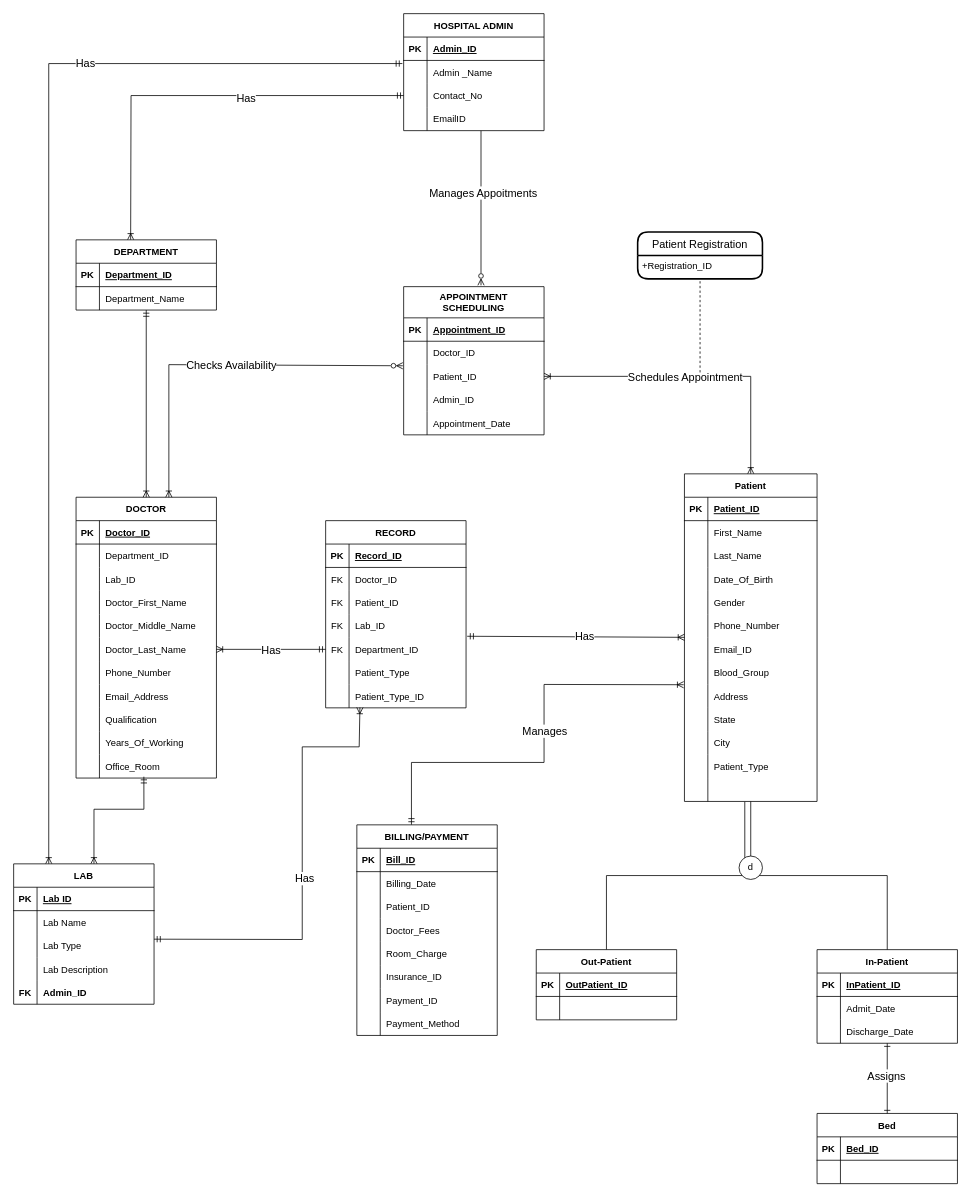
This is Untitled Diagram.drawio from KashyapKompella/DAMG6210_HospitalManagementDatabase, a draw.io file, before an edit. Source tidied: cells renumbered, new cells numbered last; positions are measured from the earlier drawing's top-left corner, leaving out a move shared by most shapes. Both pictures are drawn from the tidied source at 78%, with x=0, y=0 at pixel (13, 13).
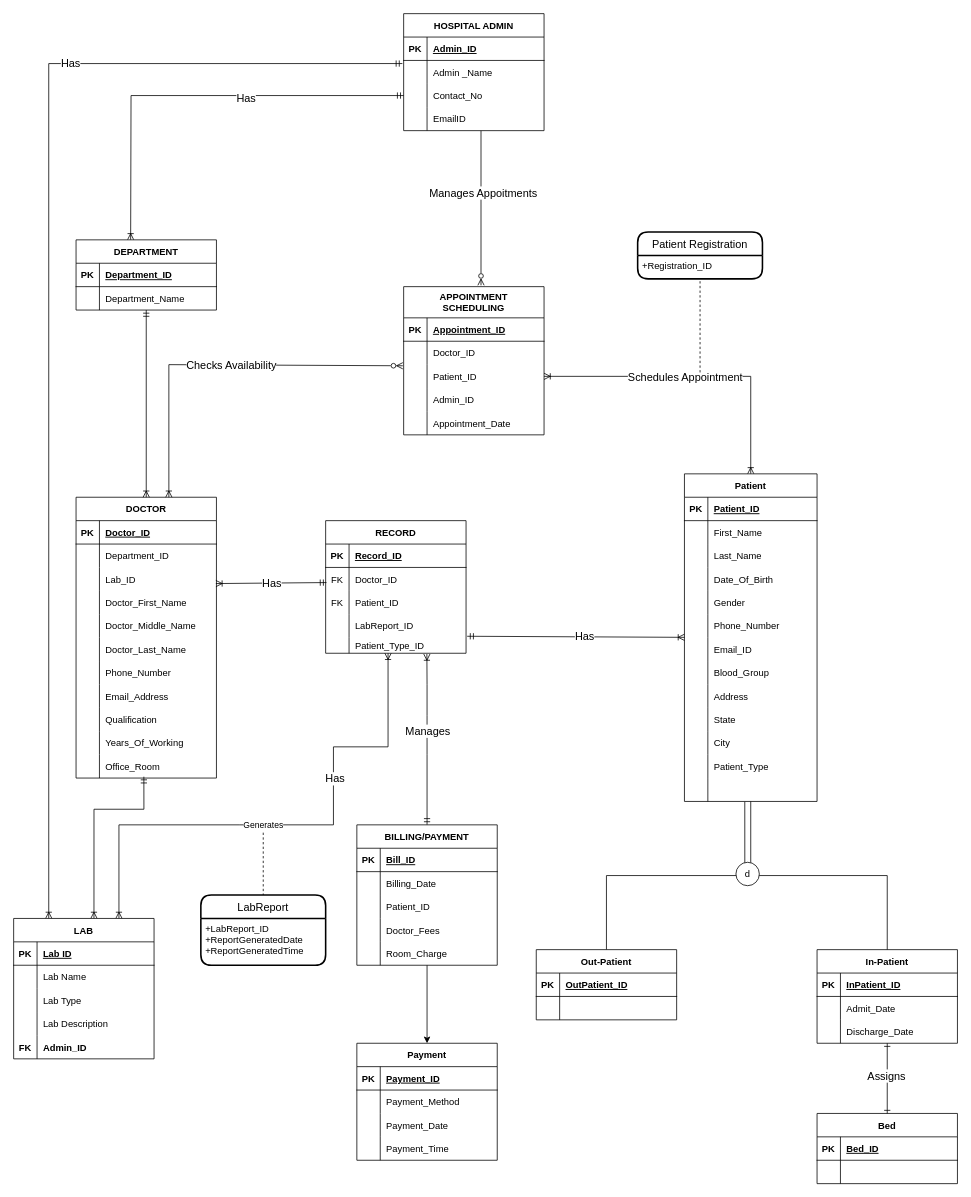
The same page after the edit.

Commit message:
Resolving Many- Many Relations ER diagram

The change refers to these unchanged cells:
```xml
<mxCell id="39" style="shape=tableRow;horizontal=0;startSize=0;swimlaneHead=0;swimlaneBody=0;fillColor=none;points=[[0,0.5],[1,0.5]];portConstraint=eastwest;top=0;left=0;right=0;bottom=0;" parent="32" vertex="1">
  <mxGeometry y="90" width="180" height="30" as="geometry" />
</mxCell>
<mxCell id="62" style="shape=tableRow;horizontal=0;startSize=0;swimlaneHead=0;swimlaneBody=0;fillColor=none;points=[[0,0.5],[1,0.5]];portConstraint=eastwest;top=0;left=0;right=0;bottom=0;fontSize=12;" parent="55" vertex="1">
  <mxGeometry y="90" width="180" height="30" as="geometry" />
</mxCell>
<mxCell id="71" style="shape=tableRow;horizontal=0;startSize=0;swimlaneHead=0;swimlaneBody=0;fillColor=none;points=[[0,0.5],[1,0.5]];portConstraint=eastwest;top=0;left=0;right=0;bottom=0;fontSize=12;" parent="55" vertex="1">
  <mxGeometry y="180" width="180" height="30" as="geometry" />
</mxCell>
<mxCell id="178" style="shape=tableRow;horizontal=0;startSize=0;swimlaneHead=0;swimlaneBody=0;fillColor=none;points=[[0,0.5],[1,0.5]];portConstraint=eastwest;top=0;left=0;right=0;bottom=0;fontSize=12;" parent="153" vertex="1">
  <mxGeometry y="270" width="170" height="30" as="geometry" />
</mxCell>
<mxCell id="207" style="shape=tableRow;horizontal=0;startSize=0;swimlaneHead=0;swimlaneBody=0;fillColor=none;points=[[0,0.5],[1,0.5]];portConstraint=eastwest;top=0;left=0;right=0;bottom=0;" parent="203" vertex="1">
  <mxGeometry y="60" width="180" height="30" as="geometry" />
</mxCell>
<mxCell id="213" style="shape=tableRow;horizontal=0;startSize=0;swimlaneHead=0;swimlaneBody=0;fillColor=none;points=[[0,0.5],[1,0.5]];portConstraint=eastwest;top=0;left=0;right=0;bottom=0;" parent="203" vertex="1">
  <mxGeometry y="120" width="180" height="30" as="geometry" />
</mxCell>
```

The edit, as a diff of the source:
```diff
@@
-    <mxCell id="8" style="rounded=0;jettySize=auto;html=1;entryX=0.5;entryY=0;entryDx=0;entryDy=0;exitX=-0.006;exitY=0.012;exitDx=0;exitDy=0;exitPerimeter=0;endArrow=ERmandOne;endFill=0;startArrow=ERoneToMany;startFill=0;" parent="1" edge="1" source="178">
+    <mxCell id="8" style="rounded=0;jettySize=auto;html=1;endArrow=ERmandOne;endFill=0;startArrow=ERoneToMany;startFill=0;exitX=0.721;exitY=1.05;exitDx=0;exitDy=0;exitPerimeter=0;" parent="1" edge="1" source="222" target="106">
       <mxGeometry relative="1" as="geometry">
-        <mxPoint x="510" y="1040" as="targetPoint" />
         <Array as="points">
-          <mxPoint x="680" y="860" />
-          <mxPoint x="680" y="960" />
-          <mxPoint x="510" y="960" />
+          <mxPoint x="530" y="860" />
+          <mxPoint x="530" y="900" />
+          <mxPoint x="530" y="950" />
         </Array>
       </mxGeometry>
     </mxCell>
@@
-    <mxCell id="13" style="rounded=0;jettySize=auto;html=1;startArrow=ERmandOne;startFill=0;endArrow=ERoneToMany;endFill=0;exitX=1;exitY=0.219;exitDx=0;exitDy=0;exitPerimeter=0;entryX=0.244;entryY=0.984;entryDx=0;entryDy=0;entryPerimeter=0;" parent="1" edge="1" source="39" target="222">
+    <mxCell id="13" style="rounded=0;jettySize=auto;html=1;startArrow=ERoneToMany;startFill=0;endArrow=ERoneToMany;endFill=0;exitX=0.75;exitY=0;exitDx=0;exitDy=0;" parent="1" edge="1" source="32">
       <mxGeometry relative="1" as="geometry">
+        <mxPoint x="480" y="820" as="targetPoint" />
         <Array as="points">
-          <mxPoint x="370" y="1187" />
-          <mxPoint x="370" y="940" />
-          <mxPoint x="443" y="940" />
+          <mxPoint x="135" y="1040" />
+          <mxPoint x="290" y="1040" />
+          <mxPoint x="410" y="1040" />
+          <mxPoint x="410" y="940" />
+          <mxPoint x="480" y="940" />
         </Array>
       </mxGeometry>
     </mxCell>
     <mxCell id="14" value="Has" style="edgeLabel;html=1;align=center;verticalAlign=middle;fontSize=14;" parent="13" vertex="1">
-      <mxGeometry x="-0.04" y="-2" relative="1" as="geometry" />
+      <mxGeometry x="-0.04" y="-2" relative="1" as="geometry">
+        <mxPoint x="67" y="-62" as="offset" />
+      </mxGeometry>
     </mxCell>
+    <mxCell id="228" value="Generates" style="edgeLabel;html=1;align=center;verticalAlign=middle;" parent="13" vertex="1">
+      <mxGeometry x="-0.14" y="2" relative="1" as="geometry">
+        <mxPoint x="9" y="2" as="offset" />
+      </mxGeometry>
+    </mxCell>
-    <mxCell id="15" style="rounded=0;jettySize=auto;html=1;startArrow=ERmandOne;startFill=0;endArrow=ERoneToMany;endFill=0;entryX=1;entryY=0.5;entryDx=0;entryDy=0;exitX=0;exitY=0.5;exitDx=0;exitDy=0;" parent="1" edge="1" source="216" target="71">
-      <mxGeometry relative="1" as="geometry" />
+    <mxCell id="15" style="rounded=0;jettySize=auto;html=1;startArrow=ERmandOne;startFill=0;endArrow=ERoneToMany;endFill=0;entryX=0.996;entryY=0.689;entryDx=0;entryDy=0;entryPerimeter=0;exitX=0.006;exitY=0.646;exitDx=0;exitDy=0;exitPerimeter=0;" parent="1" edge="1" source="207" target="62">
+      <mxGeometry relative="1" as="geometry">
+        <Array as="points">
+          <mxPoint x="330" y="730" />
+        </Array>
+      </mxGeometry>
     </mxCell>
@@
     <mxCell id="32" value="LAB" style="shape=table;startSize=30;childLayout=tableLayout;rowLines=0;fontStyle=1;align=center;" parent="1" vertex="1">
-      <mxGeometry y="1090" width="180" height="180" as="geometry" />
+      <mxGeometry y="1160" width="180" height="180" as="geometry" />
     </mxCell>
@@
     <mxCell id="106" value="BILLING/PAYMENT" style="shape=table;startSize=30;childLayout=tableLayout;rowLines=0;fontStyle=1;align=center;fontSize=12;" parent="1" vertex="1">
-      <mxGeometry x="440" y="1040" width="180" height="270" as="geometry" />
+      <mxGeometry x="440" y="1040" width="180" height="180" as="geometry" />
     </mxCell>
@@
-    <mxCell id="122" style="shape=tableRow;horizontal=0;startSize=0;swimlaneHead=0;swimlaneBody=0;fillColor=none;top=0;left=0;right=0;bottom=0;fontSize=12;" parent="106" vertex="1">
-      <mxGeometry y="180" width="180" height="30" as="geometry" />
-    </mxCell>
-    <mxCell id="123" style="shape=partialRectangle;fillColor=none;top=0;left=0;bottom=0;right=0;overflow=hidden;fontSize=12;" parent="122" vertex="1">
-      <mxGeometry width="30" height="30" as="geometry" />
-    </mxCell>
-    <mxCell id="124" value="Insurance_ID" style="shape=partialRectangle;fillColor=none;top=0;left=0;bottom=0;right=0;align=left;spacingLeft=6;overflow=hidden;fontSize=12;" parent="122" vertex="1">
-      <mxGeometry x="30" width="150" height="30" as="geometry" />
-    </mxCell>
-    <mxCell id="125" style="shape=tableRow;horizontal=0;startSize=0;swimlaneHead=0;swimlaneBody=0;fillColor=none;top=0;left=0;right=0;bottom=0;fontSize=12;" parent="106" vertex="1">
-      <mxGeometry y="210" width="180" height="30" as="geometry" />
-    </mxCell>
-    <mxCell id="126" style="shape=partialRectangle;fillColor=none;top=0;left=0;bottom=0;right=0;overflow=hidden;fontSize=12;" parent="125" vertex="1">
-      <mxGeometry width="30" height="30" as="geometry" />
-    </mxCell>
-    <mxCell id="127" value="Payment_ID" style="shape=partialRectangle;fillColor=none;top=0;left=0;bottom=0;right=0;align=left;spacingLeft=6;overflow=hidden;fontSize=12;" parent="125" vertex="1">
-      <mxGeometry x="30" width="150" height="30" as="geometry" />
-    </mxCell>
-    <mxCell id="128" style="shape=tableRow;horizontal=0;startSize=0;swimlaneHead=0;swimlaneBody=0;fillColor=none;top=0;left=0;right=0;bottom=0;fontSize=12;" parent="106" vertex="1">
-      <mxGeometry y="240" width="180" height="30" as="geometry" />
-    </mxCell>
-    <mxCell id="129" style="shape=partialRectangle;fillColor=none;top=0;left=0;bottom=0;right=0;overflow=hidden;fontSize=12;" parent="128" vertex="1">
-      <mxGeometry width="30" height="30" as="geometry" />
-    </mxCell>
-    <mxCell id="130" value="Payment_Method" style="shape=partialRectangle;fillColor=none;top=0;left=0;bottom=0;right=0;align=left;spacingLeft=6;overflow=hidden;fontSize=12;" parent="128" vertex="1">
-      <mxGeometry x="30" width="150" height="30" as="geometry" />
-    </mxCell>
@@
     <mxCell id="195" value="d" style="ellipse;whiteSpace=wrap;html=1;" parent="1" vertex="1">
-      <mxGeometry x="930" y="1080" width="30" height="30" as="geometry" />
+      <mxGeometry x="926" y="1088" width="30" height="30" as="geometry" />
     </mxCell>
@@
     <mxCell id="203" value="RECORD" style="shape=table;startSize=30;childLayout=tableLayout;rowLines=0;fontStyle=1;align=center;" parent="1" vertex="1">
-      <mxGeometry x="400" y="650" width="180" height="240" as="geometry" />
+      <mxGeometry x="400" y="650" width="180" height="170" as="geometry" />
     </mxCell>
@@
-    <mxCell id="214" value="FK" style="shape=partialRectangle;fillColor=none;top=0;left=0;bottom=0;right=0;overflow=hidden;" parent="213" vertex="1">
+    <mxCell id="214" style="shape=partialRectangle;fillColor=none;top=0;left=0;bottom=0;right=0;overflow=hidden;" parent="213" vertex="1">
       <mxGeometry width="30" height="30" as="geometry" />
     </mxCell>
-    <mxCell id="215" value="Lab_ID" style="shape=partialRectangle;fillColor=none;top=0;left=0;bottom=0;right=0;align=left;spacingLeft=6;overflow=hidden;" parent="213" vertex="1">
+    <mxCell id="215" value="LabReport_ID" style="shape=partialRectangle;fillColor=none;top=0;left=0;bottom=0;right=0;align=left;spacingLeft=6;overflow=hidden;" parent="213" vertex="1">
       <mxGeometry x="30" width="150" height="30" as="geometry" />
     </mxCell>
-    <mxCell id="216" style="shape=tableRow;horizontal=0;startSize=0;swimlaneHead=0;swimlaneBody=0;fillColor=none;points=[[0,0.5],[1,0.5]];portConstraint=eastwest;top=0;left=0;right=0;bottom=0;" parent="203" vertex="1">
-      <mxGeometry y="150" width="180" height="30" as="geometry" />
-    </mxCell>
-    <mxCell id="217" value="FK" style="shape=partialRectangle;fillColor=none;top=0;left=0;bottom=0;right=0;fontStyle=0;overflow=hidden;" parent="216" vertex="1">
-      <mxGeometry width="30" height="30" as="geometry" />
-    </mxCell>
-    <mxCell id="218" value="Department_ID" style="shape=partialRectangle;fillColor=none;top=0;left=0;bottom=0;right=0;align=left;spacingLeft=6;fontStyle=0;overflow=hidden;" parent="216" vertex="1">
-      <mxGeometry x="30" width="150" height="30" as="geometry" />
-    </mxCell>
-    <mxCell id="219" style="shape=tableRow;horizontal=0;startSize=0;swimlaneHead=0;swimlaneBody=0;fillColor=none;top=0;left=0;right=0;bottom=0;" parent="203" vertex="1">
-      <mxGeometry y="180" width="180" height="30" as="geometry" />
-    </mxCell>
-    <mxCell id="220" style="shape=partialRectangle;fillColor=none;top=0;left=0;bottom=0;right=0;fontStyle=0;overflow=hidden;" parent="219" vertex="1">
-      <mxGeometry width="30" height="30" as="geometry" />
-    </mxCell>
-    <mxCell id="221" value="Patient_Type" style="shape=partialRectangle;fillColor=none;top=0;left=0;bottom=0;right=0;align=left;spacingLeft=6;fontStyle=0;overflow=hidden;" parent="219" vertex="1">
-      <mxGeometry x="30" width="150" height="30" as="geometry" />
-    </mxCell>
     <mxCell id="222" style="shape=tableRow;horizontal=0;startSize=0;swimlaneHead=0;swimlaneBody=0;fillColor=none;points=[[0,0.5],[1,0.5]];portConstraint=eastwest;top=0;left=0;right=0;bottom=0;" parent="203" vertex="1">
-      <mxGeometry y="210" width="180" height="30" as="geometry" />
+      <mxGeometry y="150" width="180" height="20" as="geometry" />
     </mxCell>
     <mxCell id="223" style="shape=partialRectangle;fillColor=none;top=0;left=0;bottom=0;right=0;fontStyle=0;overflow=hidden;" parent="222" vertex="1">
-      <mxGeometry width="30" height="30" as="geometry" />
+      <mxGeometry width="30" height="20" as="geometry" />
     </mxCell>
     <mxCell id="224" value="Patient_Type_ID" style="shape=partialRectangle;fillColor=none;top=0;left=0;bottom=0;right=0;align=left;spacingLeft=6;fontStyle=0;overflow=hidden;" parent="222" vertex="1">
-      <mxGeometry x="30" width="150" height="30" as="geometry" />
+      <mxGeometry x="30" width="150" height="20" as="geometry" />
     </mxCell>
@@
+    <mxCell id="229" value="Payment" style="shape=table;startSize=30;childLayout=tableLayout;rowLines=0;fontStyle=1;align=center;fontSize=12;" parent="1" vertex="1">
+      <mxGeometry x="440" y="1320" width="180" height="150" as="geometry" />
+    </mxCell>
+    <mxCell id="230" style="shape=tableRow;horizontal=0;startSize=0;swimlaneHead=0;swimlaneBody=0;fillColor=none;top=0;left=0;right=0;bottom=1;fontSize=12;" parent="229" vertex="1">
+      <mxGeometry y="30" width="180" height="30" as="geometry" />
+    </mxCell>
+    <mxCell id="231" value="PK" style="shape=partialRectangle;fillColor=none;top=0;left=0;bottom=0;right=0;fontStyle=1;overflow=hidden;fontSize=12;" parent="230" vertex="1">
+      <mxGeometry width="30" height="30" as="geometry" />
+    </mxCell>
+    <mxCell id="127" value="Payment_ID" style="shape=partialRectangle;fillColor=none;top=0;left=0;bottom=0;right=0;align=left;spacingLeft=6;fontStyle=5;overflow=hidden;fontSize=12;" parent="230" vertex="1">
+      <mxGeometry x="30" width="150" height="30" as="geometry" />
+    </mxCell>
+    <mxCell id="232" style="shape=tableRow;horizontal=0;startSize=0;swimlaneHead=0;swimlaneBody=0;fillColor=none;top=0;left=0;right=0;bottom=0;fontSize=12;" parent="229" vertex="1">
+      <mxGeometry y="60" width="180" height="30" as="geometry" />
+    </mxCell>
+    <mxCell id="233" style="shape=partialRectangle;fillColor=none;top=0;left=0;bottom=0;right=0;overflow=hidden;fontSize=12;" parent="232" vertex="1">
+      <mxGeometry width="30" height="30" as="geometry" />
+    </mxCell>
+    <mxCell id="130" value="Payment_Method" style="shape=partialRectangle;fillColor=none;top=0;left=0;bottom=0;right=0;align=left;spacingLeft=6;overflow=hidden;fontSize=12;" parent="232" vertex="1">
+      <mxGeometry x="30" width="150" height="30" as="geometry" />
+    </mxCell>
+    <mxCell id="234" style="shape=tableRow;horizontal=0;startSize=0;swimlaneHead=0;swimlaneBody=0;fillColor=none;top=0;left=0;right=0;bottom=0;fontSize=12;" parent="229" vertex="1">
+      <mxGeometry y="90" width="180" height="30" as="geometry" />
+    </mxCell>
+    <mxCell id="235" style="shape=partialRectangle;fillColor=none;top=0;left=0;bottom=0;right=0;overflow=hidden;fontSize=12;" parent="234" vertex="1">
+      <mxGeometry width="30" height="30" as="geometry" />
+    </mxCell>
+    <mxCell id="236" value="Payment_Date" style="shape=partialRectangle;fillColor=none;top=0;left=0;bottom=0;right=0;align=left;spacingLeft=6;overflow=hidden;fontSize=12;" parent="234" vertex="1">
+      <mxGeometry x="30" width="150" height="30" as="geometry" />
+    </mxCell>
+    <mxCell id="237" style="shape=tableRow;horizontal=0;startSize=0;swimlaneHead=0;swimlaneBody=0;fillColor=none;top=0;left=0;right=0;bottom=0;fontSize=12;" parent="229" vertex="1">
+      <mxGeometry y="120" width="180" height="30" as="geometry" />
+    </mxCell>
+    <mxCell id="238" style="shape=partialRectangle;fillColor=none;top=0;left=0;bottom=0;right=0;overflow=hidden;fontSize=12;" parent="237" vertex="1">
+      <mxGeometry width="30" height="30" as="geometry" />
+    </mxCell>
+    <mxCell id="239" value="Payment_Time" style="shape=partialRectangle;fillColor=none;top=0;left=0;bottom=0;right=0;align=left;spacingLeft=6;overflow=hidden;fontSize=12;" parent="237" vertex="1">
+      <mxGeometry x="30" width="150" height="30" as="geometry" />
+    </mxCell>
+    <mxCell id="240" style="edgeStyle=orthogonalEdgeStyle;rounded=0;jettySize=auto;html=1;" parent="1" edge="1" source="106" target="229">
+      <mxGeometry relative="1" as="geometry" />
+    </mxCell>
+    <mxCell id="241" style="endArrow=none;dashed=1;html=1;rounded=0;fontSize=14;" parent="1" edge="1" target="242">
+      <mxGeometry relative="1" as="geometry">
+        <mxPoint x="320" y="1050" as="sourcePoint" />
+      </mxGeometry>
+    </mxCell>
+    <mxCell id="242" value="LabReport" style="swimlane;horizontal=1;startSize=30;rounded=1;fontSize=14;fontStyle=0;strokeWidth=2;shadow=0;dashed=0;align=center;" parent="1" vertex="1">
+      <mxGeometry x="240" y="1130" width="160" height="90" as="geometry" />
+    </mxCell>
+    <mxCell id="243" value="+LabReport_ID&#10;+ReportGeneratedDate&#10;+ReportGeneratedTime" style="align=left;strokeColor=none;fillColor=none;spacingLeft=4;fontSize=12;verticalAlign=top;" parent="242" vertex="1">
+      <mxGeometry y="30" width="160" height="60" as="geometry" />
+    </mxCell>
```
